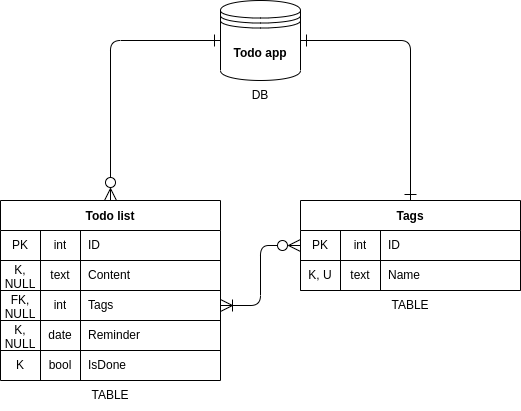
Above: database/week2/erd.png in fn-ix/foocoding (draw.io), before the change. Source tidied: cells renumbered, new cells last; positions are measured from the earlier drawing's top-left corner, leaving out a move shared by most shapes.
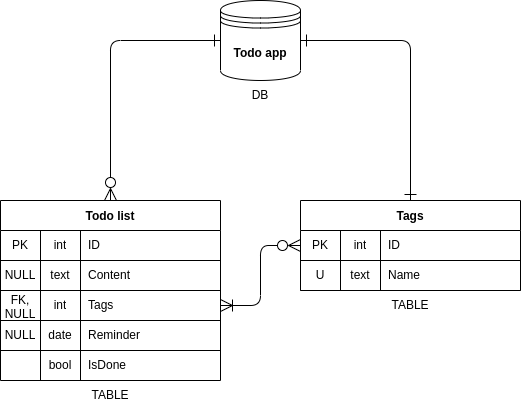
The same diagram one commit later.

Diff of the diagram source:
```diff
@@ -20,7 +20,7 @@
     <mxCell id="7" style="shape=partialRectangle;html=1;whiteSpace=wrap;fillColor=none;top=0;left=0;bottom=1;right=0;" parent="2" vertex="1">
       <mxGeometry y="60" width="220" height="30" as="geometry" />
     </mxCell>
-    <mxCell id="8" value="K, NULL" style="shape=partialRectangle;html=1;whiteSpace=wrap;fillColor=none;top=0;left=0;bottom=0;right=0;overflow=hidden;" parent="7" vertex="1">
+    <mxCell id="8" value="NULL" style="shape=partialRectangle;html=1;whiteSpace=wrap;fillColor=none;top=0;left=0;bottom=0;right=0;overflow=hidden;" parent="7" vertex="1">
       <mxGeometry width="40" height="30" as="geometry" />
     </mxCell>
     <mxCell id="9" value="text" style="shape=partialRectangle;html=1;whiteSpace=wrap;fillColor=none;top=0;left=0;bottom=0;right=0;overflow=hidden;" parent="7" vertex="1">
@@ -44,7 +44,7 @@
     <mxCell id="15" style="shape=partialRectangle;html=1;whiteSpace=wrap;fillColor=none;top=0;left=0;bottom=1;right=0;" parent="2" vertex="1">
       <mxGeometry y="120" width="220" height="30" as="geometry" />
     </mxCell>
-    <mxCell id="16" value="K, NULL" style="shape=partialRectangle;html=1;whiteSpace=wrap;fillColor=none;top=0;left=0;bottom=0;right=0;overflow=hidden;" parent="15" vertex="1">
+    <mxCell id="16" value="NULL" style="shape=partialRectangle;html=1;whiteSpace=wrap;fillColor=none;top=0;left=0;bottom=0;right=0;overflow=hidden;" parent="15" vertex="1">
       <mxGeometry width="40" height="30" as="geometry" />
     </mxCell>
     <mxCell id="17" value="date" style="shape=partialRectangle;html=1;whiteSpace=wrap;fillColor=none;top=0;left=0;bottom=0;right=0;overflow=hidden;" parent="15" vertex="1">
@@ -56,7 +56,7 @@
     <mxCell id="19" style="shape=partialRectangle;html=1;whiteSpace=wrap;fillColor=none;top=0;left=0;bottom=0;right=0;" parent="2" vertex="1">
       <mxGeometry y="150" width="220" height="30" as="geometry" />
     </mxCell>
-    <mxCell id="20" value="K" style="shape=partialRectangle;html=1;whiteSpace=wrap;fillColor=none;top=0;left=0;bottom=0;right=0;overflow=hidden;" parent="19" vertex="1">
+    <mxCell id="20" style="shape=partialRectangle;html=1;whiteSpace=wrap;fillColor=none;top=0;left=0;bottom=0;right=0;overflow=hidden;" parent="19" vertex="1">
       <mxGeometry width="40" height="30" as="geometry" />
     </mxCell>
     <mxCell id="21" value="bool" style="shape=partialRectangle;html=1;whiteSpace=wrap;fillColor=none;top=0;left=0;bottom=0;right=0;overflow=hidden;" parent="19" vertex="1">
@@ -86,7 +86,7 @@
     <mxCell id="29" style="shape=partialRectangle;html=1;whiteSpace=wrap;fillColor=none;top=0;left=0;bottom=1;right=0;" parent="24" vertex="1">
       <mxGeometry y="60" width="220" height="30" as="geometry" />
     </mxCell>
-    <mxCell id="30" value="K, U" style="shape=partialRectangle;html=1;whiteSpace=wrap;fillColor=none;top=0;left=0;bottom=0;right=0;overflow=hidden;" parent="29" vertex="1">
+    <mxCell id="30" value="U" style="shape=partialRectangle;html=1;whiteSpace=wrap;fillColor=none;top=0;left=0;bottom=0;right=0;overflow=hidden;" parent="29" vertex="1">
       <mxGeometry width="40" height="30" as="geometry" />
     </mxCell>
     <mxCell id="31" value="text" style="shape=partialRectangle;html=1;whiteSpace=wrap;fillColor=none;top=0;left=0;bottom=0;right=0;overflow=hidden;" parent="29" vertex="1">
```
